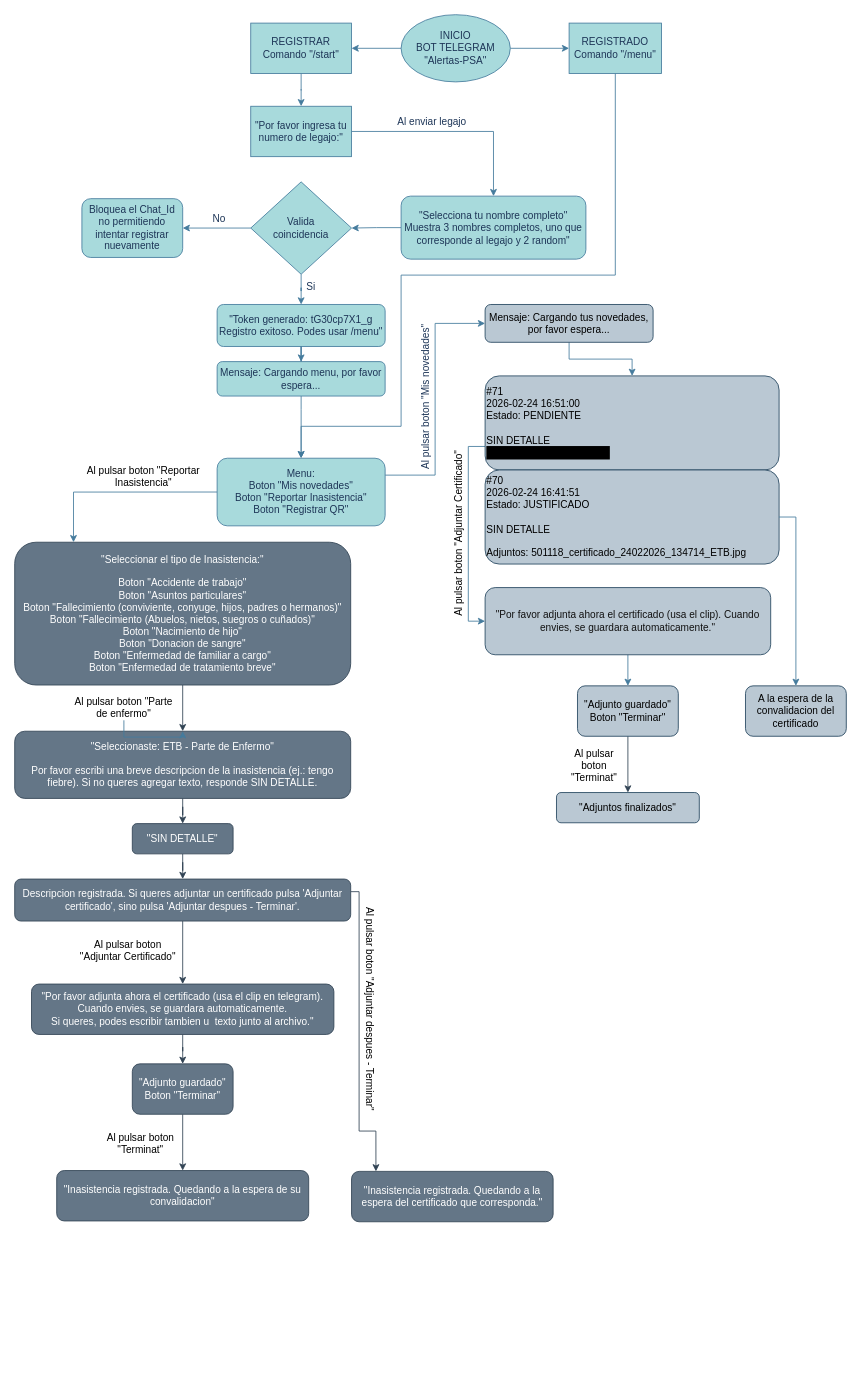
The draw.io diagram page "Flujos_Bot_Telegram" (1 of 2) of Flujos_en _Bot.drawio in gavalle2024/Diagramas-de-Flujos, before the edit. Source tidied: cells renumbered, new cells numbered last; positions are measured from the earlier drawing's top-left corner, leaving out a move shared by most shapes. Both pictures are drawn from the tidied source at 84%, with x=0, y=0 at pixel (14, 14).
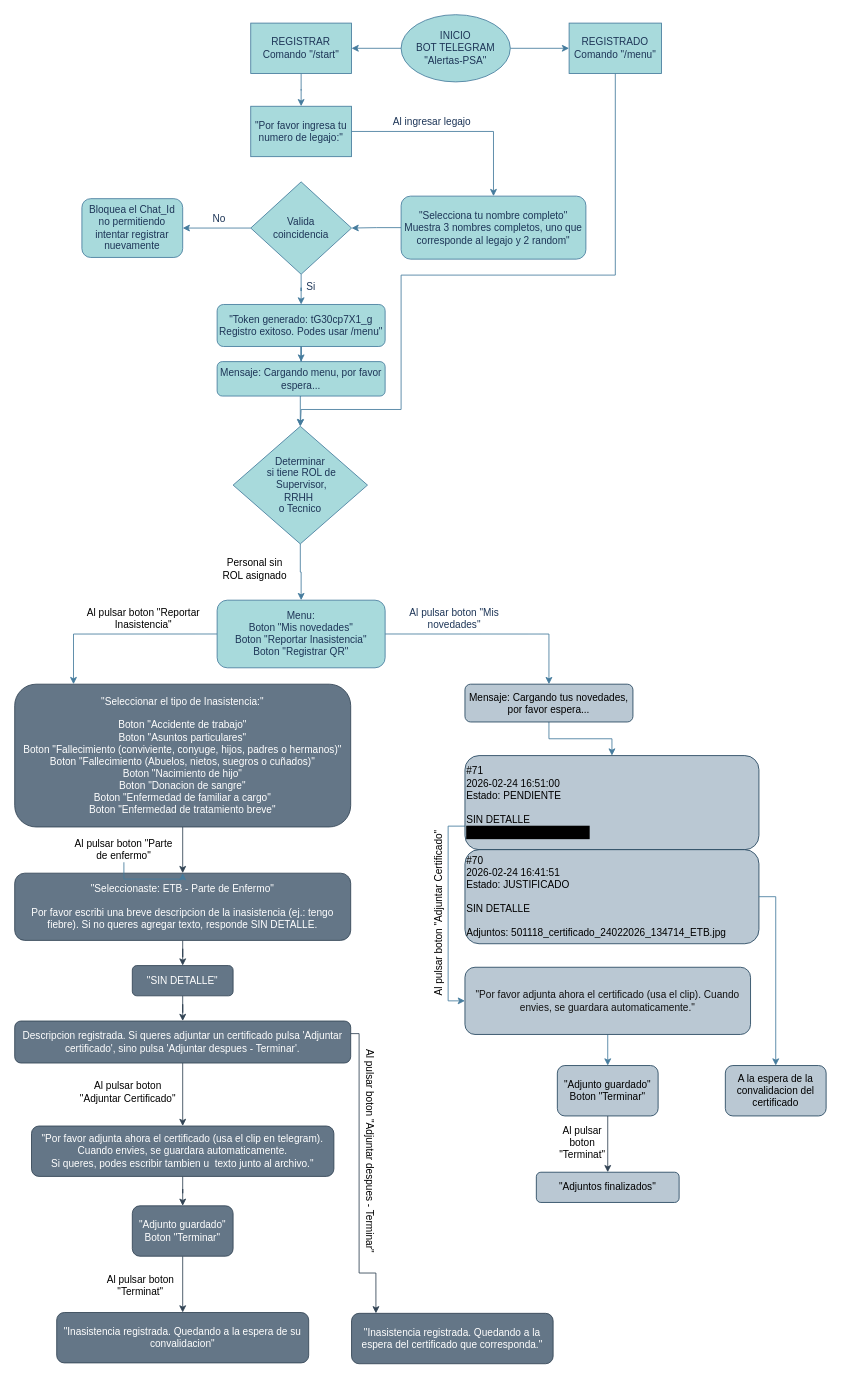
After the change.

The change refers to these unchanged cells:
```xml
<mxCell id="8" value="REGISTRADO&lt;div&gt;Comando &quot;/menu&quot;&lt;/div&gt;" style="whiteSpace=wrap;html=1;labelBackgroundColor=none;fillColor=#A8DADC;strokeColor=#457B9D;fontColor=#1D3557;" parent="1" vertex="1">
  <mxGeometry x="660" y="10" width="110" height="60" as="geometry" />
</mxCell>
<mxCell id="22" value="Mensaje: Cargando menu, por favor espera..." style="rounded=1;whiteSpace=wrap;html=1;labelBackgroundColor=none;fillColor=#A8DADC;strokeColor=#457B9D;fontColor=#1D3557;" parent="1" vertex="1">
  <mxGeometry x="241" y="413" width="200" height="41" as="geometry" />
</mxCell>
```

Change to the diagram source:
```diff
@@
-    <mxCell id="7" style="edgeStyle=orthogonalEdgeStyle;rounded=0;jettySize=auto;html=1;exitX=0.5;exitY=1;exitDx=0;exitDy=0;entryX=0.5;entryY=0;entryDx=0;entryDy=0;labelBackgroundColor=none;strokeColor=#457B9D;fontColor=default;" parent="1" edge="1" source="8" target="25">
+    <mxCell id="7" style="edgeStyle=orthogonalEdgeStyle;rounded=0;jettySize=auto;html=1;exitX=0.5;exitY=1;exitDx=0;exitDy=0;labelBackgroundColor=none;strokeColor=#457B9D;fontColor=default;entryX=0.5;entryY=0;entryDx=0;entryDy=0;" parent="1" edge="1" source="8" target="65">
       <mxGeometry relative="1" as="geometry">
         <Array as="points">
           <mxPoint x="715" y="310" />
           <mxPoint x="460" y="310" />
-          <mxPoint x="460" y="490" />
-          <mxPoint x="341" y="490" />
+          <mxPoint x="460" y="470" />
+          <mxPoint x="341" y="470" />
         </Array>
       </mxGeometry>
     </mxCell>
@@
-    <mxCell id="21" style="edgeStyle=orthogonalEdgeStyle;rounded=0;jettySize=auto;html=1;labelBackgroundColor=none;strokeColor=#457B9D;fontColor=default;" parent="1" edge="1" source="22" target="25">
-      <mxGeometry relative="1" as="geometry">
-        <Array as="points">
-          <mxPoint x="341" y="470" />
-          <mxPoint x="341" y="470" />
-        </Array>
-      </mxGeometry>
-    </mxCell>
+    <mxCell id="63" style="edgeStyle=orthogonalEdgeStyle;rounded=0;jettySize=auto;html=1;exitX=0.5;exitY=1;exitDx=0;exitDy=0;strokeColor=#457B9D;fontColor=#1D3557;fillColor=#A8DADC;entryX=0.5;entryY=0;entryDx=0;entryDy=0;" parent="1" edge="1" source="22" target="65">
+      <mxGeometry relative="1" as="geometry" />
+    </mxCell>
@@
     <mxCell id="23" style="edgeStyle=orthogonalEdgeStyle;rounded=0;jettySize=auto;html=1;exitX=0;exitY=0.5;exitDx=0;exitDy=0;labelBackgroundColor=none;strokeColor=#457B9D;fontColor=default;" parent="1" edge="1" source="25" target="27">
       <mxGeometry relative="1" as="geometry">
         <Array as="points">
-          <mxPoint x="70" y="568" />
+          <mxPoint x="70" y="737" />
         </Array>
       </mxGeometry>
     </mxCell>
-    <mxCell id="24" style="edgeStyle=orthogonalEdgeStyle;rounded=0;jettySize=auto;html=1;exitX=1;exitY=0.25;exitDx=0;exitDy=0;entryX=0;entryY=0.5;entryDx=0;entryDy=0;labelBackgroundColor=none;strokeColor=#457B9D;fontColor=default;" parent="1" edge="1" source="25" target="49">
+    <mxCell id="24" style="edgeStyle=orthogonalEdgeStyle;rounded=0;jettySize=auto;html=1;exitX=1;exitY=0.5;exitDx=0;exitDy=0;entryX=0.5;entryY=0;entryDx=0;entryDy=0;labelBackgroundColor=none;strokeColor=#457B9D;fontColor=default;" parent="1" edge="1" source="25" target="49">
       <mxGeometry relative="1" as="geometry" />
     </mxCell>
     <mxCell id="25" value="Menu:&lt;div&gt;Boton &quot;Mis novedades&quot;&lt;/div&gt;&lt;div&gt;Boton &quot;Reportar Inasistencia&quot;&lt;/div&gt;&lt;div&gt;Boton &quot;Registrar QR&quot;&lt;/div&gt;" style="rounded=1;whiteSpace=wrap;html=1;labelBackgroundColor=none;fillColor=#A8DADC;strokeColor=#457B9D;fontColor=#1D3557;" parent="1" vertex="1">
-      <mxGeometry x="241" y="528" width="200" height="80.5" as="geometry" />
+      <mxGeometry x="241" y="697" width="200" height="80.5" as="geometry" />
     </mxCell>
@@
     <mxCell id="27" value="&quot;Seleccionar el tipo de Inasistencia:&quot;&lt;div&gt;&lt;br&gt;&lt;/div&gt;&lt;div&gt;Boton &quot;Accidente de trabajo&quot;&lt;/div&gt;&lt;div&gt;Boton &quot;Asuntos particulares&quot;&lt;/div&gt;&lt;div&gt;Boton &quot;Fallecimiento (conviviente, conyuge, hijos, padres o hermanos)&quot;&lt;/div&gt;&lt;div&gt;Boton &quot;Fallecimiento (Abuelos, nietos, suegros o cuñados)&quot;&lt;/div&gt;&lt;div&gt;Boton &quot;Nacimiento de hijo&quot;&lt;/div&gt;&lt;div&gt;Boton &quot;Donacion de sangre&quot;&lt;/div&gt;&lt;div&gt;Boton &quot;Enfermedad de familiar a cargo&quot;&lt;/div&gt;&lt;div&gt;Boton &quot;Enfermedad de tratamiento breve&quot;&lt;/div&gt;" style="whiteSpace=wrap;html=1;rounded=1;labelBackgroundColor=none;fillColor=#647687;strokeColor=#314354;fontColor=#ffffff;" parent="1" vertex="1">
-      <mxGeometry y="628" width="400" height="170" as="geometry" />
+      <mxGeometry y="797" width="400" height="170" as="geometry" />
     </mxCell>
     <mxCell id="28" value="Al pulsar boton &quot;Reportar Inasis&lt;span style=&quot;background-color: transparent;&quot;&gt;tencia&quot;&lt;/span&gt;" style="text;html=1;whiteSpace=wrap;align=center;verticalAlign=middle;rounded=0;labelBackgroundColor=none;fontColor=light-dark(#000000,#FFFF66);" parent="1" vertex="1">
-      <mxGeometry x="70" y="535" width="167" height="30" as="geometry" />
+      <mxGeometry x="70" y="704" width="167" height="30" as="geometry" />
     </mxCell>
@@
     <mxCell id="30" value="&quot;Seleccionaste: ETB - Parte de Enfermo&quot;&lt;div&gt;&lt;br&gt;&lt;/div&gt;&lt;div&gt;Por favor escribi una breve descripcion de la inasistencia (ej.: tengo fiebre). Si no queres agregar texto, responde SIN DETALLE.&lt;/div&gt;" style="whiteSpace=wrap;html=1;rounded=1;labelBackgroundColor=none;fillColor=#647687;strokeColor=#314354;fontColor=#ffffff;" parent="1" vertex="1">
-      <mxGeometry y="853" width="400" height="80" as="geometry" />
+      <mxGeometry y="1022" width="400" height="80" as="geometry" />
     </mxCell>
@@
     <mxCell id="32" value="&quot;SIN DETALLE&quot;" style="whiteSpace=wrap;html=1;rounded=1;labelBackgroundColor=none;fillColor=#647687;strokeColor=#314354;fontColor=#ffffff;" parent="1" vertex="1">
-      <mxGeometry x="140" y="963" width="120" height="36" as="geometry" />
+      <mxGeometry x="140" y="1132" width="120" height="36" as="geometry" />
     </mxCell>
@@
     <mxCell id="34" style="edgeStyle=orthogonalEdgeStyle;rounded=0;jettySize=auto;html=1;exitX=1;exitY=0.5;exitDx=0;exitDy=0;entryX=0.121;entryY=0;entryDx=0;entryDy=0;entryPerimeter=0;labelBackgroundColor=none;strokeColor=#314354;fontColor=default;fillColor=#647687;" parent="1" edge="1" target="43">
       <mxGeometry relative="1" as="geometry">
-        <mxPoint x="400" y="1044" as="sourcePoint" />
+        <mxPoint x="400" y="1213" as="sourcePoint" />
         <Array as="points">
-          <mxPoint x="410" y="1044" />
-          <mxPoint x="410" y="1329" />
-          <mxPoint x="430" y="1329" />
+          <mxPoint x="410" y="1213" />
+          <mxPoint x="410" y="1498" />
+          <mxPoint x="430" y="1498" />
         </Array>
       </mxGeometry>
     </mxCell>
     <mxCell id="35" value="Descripcion registrada. Si queres adjuntar un certificado pulsa 'Adjuntar certificado', sino pulsa 'Adjuntar despues - Terminar'." style="rounded=1;whiteSpace=wrap;html=1;labelBackgroundColor=none;fillColor=#647687;strokeColor=#314354;fontColor=#ffffff;" parent="1" vertex="1">
-      <mxGeometry y="1029" width="400" height="50" as="geometry" />
+      <mxGeometry y="1198" width="400" height="50" as="geometry" />
     </mxCell>
@@
     <mxCell id="37" value="&quot;Por favor adjunta ahora el certificado (usa el clip en telegram). Cuando envies, se guardara automaticamente.&lt;div&gt;Si queres, podes escribir tambien u&amp;nbsp; texto junto al archivo.&quot;&lt;/div&gt;" style="rounded=1;whiteSpace=wrap;html=1;labelBackgroundColor=none;fillColor=#647687;strokeColor=#314354;fontColor=#ffffff;" parent="1" vertex="1">
-      <mxGeometry x="20" y="1154" width="360" height="60" as="geometry" />
+      <mxGeometry x="20" y="1323" width="360" height="60" as="geometry" />
     </mxCell>
     <mxCell id="38" value="Al pulsar boton &quot;Adjuntar Certificado&quot;" style="text;html=1;whiteSpace=wrap;align=center;verticalAlign=middle;rounded=0;labelBackgroundColor=none;fontColor=light-dark(#000000,#FFFF66);" parent="1" vertex="1">
-      <mxGeometry x="70" y="1099" width="130" height="30" as="geometry" />
+      <mxGeometry x="70" y="1268" width="130" height="30" as="geometry" />
     </mxCell>
@@
     <mxCell id="40" value="&quot;Adjunto guardado&quot;&lt;div&gt;Boton &quot;Terminar&quot;&lt;/div&gt;" style="rounded=1;whiteSpace=wrap;html=1;labelBackgroundColor=none;fillColor=#647687;strokeColor=#314354;fontColor=#ffffff;" parent="1" vertex="1">
-      <mxGeometry x="140" y="1249" width="120" height="60" as="geometry" />
+      <mxGeometry x="140" y="1418" width="120" height="60" as="geometry" />
     </mxCell>
     <mxCell id="41" value="&quot;Inasistencia registrada. Quedando a la espera de su convalidacion&quot;" style="whiteSpace=wrap;html=1;rounded=1;labelBackgroundColor=none;fillColor=#647687;strokeColor=#314354;fontColor=#ffffff;" parent="1" vertex="1">
-      <mxGeometry x="50" y="1376" width="300" height="60" as="geometry" />
+      <mxGeometry x="50" y="1545" width="300" height="60" as="geometry" />
     </mxCell>
     <mxCell id="42" value="Al pulsar boton &quot;Terminat&quot;" style="text;html=1;whiteSpace=wrap;align=center;verticalAlign=middle;rounded=0;labelBackgroundColor=none;fontColor=light-dark(#000000,#FFFF66);" parent="1" vertex="1">
-      <mxGeometry x="100" y="1329" width="100" height="30" as="geometry" />
+      <mxGeometry x="100" y="1498" width="100" height="30" as="geometry" />
     </mxCell>
     <mxCell id="43" value="&quot;Inasistencia registrada. Quedando a la espera del certificado que corresponda.&quot;" style="rounded=1;whiteSpace=wrap;html=1;labelBackgroundColor=none;fillColor=#647687;strokeColor=#314354;fontColor=#ffffff;" parent="1" vertex="1">
-      <mxGeometry x="401" y="1377" width="240" height="60" as="geometry" />
+      <mxGeometry x="401" y="1546" width="240" height="60" as="geometry" />
     </mxCell>
     <mxCell id="44" value="Al pulsar boton &quot;Adjuntar despues - Terminar&quot;" style="text;html=1;whiteSpace=wrap;align=center;verticalAlign=middle;rounded=0;rotation=90;labelBackgroundColor=none;fontColor=light-dark(#000000,#FFFF66);" parent="1" vertex="1">
-      <mxGeometry x="293" y="1169" width="259" height="30" as="geometry" />
+      <mxGeometry x="293" y="1338" width="259" height="30" as="geometry" />
     </mxCell>
@@
     <mxCell id="46" value="Al pulsar boton &quot;Parte de enfermo&lt;span style=&quot;background-color: transparent;&quot;&gt;&quot;&lt;/span&gt;" style="text;html=1;whiteSpace=wrap;align=center;verticalAlign=middle;rounded=0;labelBackgroundColor=none;fontColor=light-dark(#000000,#FFFF66);" parent="1" vertex="1">
-      <mxGeometry x="70" y="810" width="120" height="30" as="geometry" />
+      <mxGeometry x="70" y="979" width="120" height="30" as="geometry" />
     </mxCell>
-    <mxCell id="47" value="Al enviar legajo" style="text;html=1;whiteSpace=wrap;strokeColor=none;fillColor=none;align=center;verticalAlign=middle;rounded=0;labelBackgroundColor=none;fontColor=light-dark(#1D3557,#FFFF66);" parent="1" vertex="1">
+    <mxCell id="47" value="Al ingresar legajo" style="text;html=1;whiteSpace=wrap;strokeColor=none;fillColor=none;align=center;verticalAlign=middle;rounded=0;labelBackgroundColor=none;fontColor=light-dark(#1D3557,#FFFF66);" parent="1" vertex="1">
       <mxGeometry x="447" y="113" width="100" height="30" as="geometry" />
     </mxCell>
@@
     <mxCell id="49" value="Mensaje: Cargando tus novedades, por favor espera..." style="rounded=1;whiteSpace=wrap;html=1;labelBackgroundColor=none;fillColor=#bac8d3;strokeColor=#23445d;" parent="1" vertex="1">
-      <mxGeometry x="560" y="345" width="200" height="45" as="geometry" />
+      <mxGeometry x="536" y="797" width="200" height="45" as="geometry" />
     </mxCell>
-    <mxCell id="50" value="Al pulsar boton &quot;Mis novedades&lt;span style=&quot;background-color: transparent;&quot;&gt;&quot;&lt;/span&gt;" style="text;html=1;whiteSpace=wrap;strokeColor=none;fillColor=none;align=center;verticalAlign=middle;rounded=0;rotation=-90;labelBackgroundColor=none;fontColor=light-dark(#1D3557,#FFFF66);" parent="1" vertex="1">
-      <mxGeometry x="395" y="440" width="190" height="30" as="geometry" />
+    <mxCell id="50" value="Al pulsar boton &quot;Mis novedades&lt;span style=&quot;background-color: transparent;&quot;&gt;&quot;&lt;/span&gt;" style="text;html=1;whiteSpace=wrap;strokeColor=none;fillColor=none;align=center;verticalAlign=middle;rounded=0;rotation=0;labelBackgroundColor=none;fontColor=light-dark(#1D3557,#FFFF66);" parent="1" vertex="1">
+      <mxGeometry x="447" y="704" width="153" height="30" as="geometry" />
     </mxCell>
@@
     <mxCell id="52" value="&lt;div&gt;&lt;br&gt;&lt;/div&gt;&lt;div&gt;&lt;br&gt;&lt;/div&gt;#71&lt;div&gt;&lt;font style=&quot;color: light-dark(rgb(0, 0, 0), rgb(255, 255, 255));&quot;&gt;2026-02-24 16:51:00&lt;/font&gt;&lt;/div&gt;&lt;div&gt;Estado: PENDIENTE&lt;/div&gt;&lt;div&gt;&lt;br&gt;&lt;/div&gt;&lt;div&gt;SIN DETALLE&lt;/div&gt;&lt;div&gt;&lt;b style=&quot;font-size: 14px;&quot;&gt;&lt;font style=&quot;color: light-dark(rgb(0, 0, 0), rgb(255, 255, 255)); background-color: light-dark(rgb(0, 0, 0), rgb(0, 0, 0));&quot;&gt;&amp;nbsp; Adjuntar certificado&amp;nbsp;&amp;nbsp;&lt;/font&gt;&lt;/b&gt;&lt;/div&gt;&lt;div&gt;&lt;br&gt;&lt;/div&gt;&lt;div&gt;&lt;br&gt;&lt;/div&gt;" style="rounded=1;whiteSpace=wrap;html=1;labelBackgroundColor=none;fillColor=#bac8d3;strokeColor=#23445d;align=left;" parent="1" vertex="1">
-      <mxGeometry x="560" y="430" width="350" height="112" as="geometry" />
+      <mxGeometry x="536" y="882" width="350" height="112" as="geometry" />
     </mxCell>
     <mxCell id="53" value="&lt;div&gt;&lt;br&gt;&lt;/div&gt;&lt;div&gt;&lt;br&gt;&lt;/div&gt;&lt;div&gt;#70&lt;/div&gt;&lt;div&gt;2026-02-24 16:41:51&lt;/div&gt;&lt;div&gt;Estado: JUSTIFICADO&lt;/div&gt;&lt;div&gt;&lt;br&gt;&lt;/div&gt;&lt;div&gt;SIN DETALLE&lt;/div&gt;&lt;div&gt;&lt;br&gt;&lt;/div&gt;&lt;div&gt;Adjuntos: 501118_certificado_24022026_134714_ETB.jpg&lt;/div&gt;&lt;div&gt;&lt;br&gt;&lt;/div&gt;&lt;div&gt;&lt;br&gt;&lt;/div&gt;" style="rounded=1;whiteSpace=wrap;html=1;labelBackgroundColor=none;fillColor=#bac8d3;strokeColor=#23445d;align=left;" parent="1" vertex="1">
-      <mxGeometry x="560" y="542" width="350" height="112" as="geometry" />
+      <mxGeometry x="536" y="994" width="350" height="112" as="geometry" />
     </mxCell>
@@
     <mxCell id="56" value="&lt;span style=&quot;color: rgb(18, 18, 18);&quot;&gt;&quot;Por favor adjunta ahora el certificado (usa el clip). Cuando envies, se guardara automaticamente.&lt;/span&gt;&lt;span style=&quot;color: light-dark(rgb(18, 18, 18), rgb(222, 222, 222)); background-color: transparent;&quot;&gt;&quot;&lt;/span&gt;" style="rounded=1;whiteSpace=wrap;html=1;labelBackgroundColor=none;fillColor=#bac8d3;strokeColor=#23445d;" parent="1" vertex="1">
-      <mxGeometry x="560" y="682" width="340" height="80" as="geometry" />
+      <mxGeometry x="536" y="1134" width="340" height="80" as="geometry" />
     </mxCell>
@@
     <mxCell id="58" value="&quot;Adjunto guardado&quot;&lt;div&gt;Boton &quot;Terminar&quot;&lt;/div&gt;" style="rounded=1;whiteSpace=wrap;html=1;labelBackgroundColor=none;fillColor=#bac8d3;strokeColor=#23445d;" parent="1" vertex="1">
-      <mxGeometry x="670" y="799" width="120" height="60" as="geometry" />
+      <mxGeometry x="646" y="1251" width="120" height="60" as="geometry" />
     </mxCell>
     <mxCell id="59" value="&quot;Adjuntos finalizados&quot;" style="whiteSpace=wrap;html=1;rounded=1;labelBackgroundColor=none;fillColor=#bac8d3;strokeColor=#23445d;" parent="1" vertex="1">
-      <mxGeometry x="645" y="926" width="170" height="36" as="geometry" />
+      <mxGeometry x="621" y="1378" width="170" height="36" as="geometry" />
     </mxCell>
     <mxCell id="60" value="Al pulsar boton &quot;Terminat&quot;" style="text;html=1;whiteSpace=wrap;align=center;verticalAlign=middle;rounded=0;labelBackgroundColor=none;fontColor=light-dark(#000000,#FFFF66);" parent="1" vertex="1">
-      <mxGeometry x="660" y="879" width="60" height="30" as="geometry" />
+      <mxGeometry x="646" y="1328" width="60" height="30" as="geometry" />
     </mxCell>
     <mxCell id="61" value="Al pulsar boton &quot;Adjuntar Certificado&quot;" style="text;html=1;whiteSpace=wrap;align=center;verticalAlign=middle;rounded=0;labelBackgroundColor=none;fontColor=light-dark(#000000,#FFFF66);rotation=-90;" parent="1" vertex="1">
-      <mxGeometry x="424" y="602.5" width="210" height="30" as="geometry" />
+      <mxGeometry x="400" y="1054.5" width="210" height="30" as="geometry" />
     </mxCell>
     <mxCell id="62" value="A la espera de la convalidacion del certificado" style="rounded=1;whiteSpace=wrap;html=1;labelBackgroundColor=none;fillColor=#bac8d3;strokeColor=#23445d;" parent="1" vertex="1">
-      <mxGeometry x="870" y="799" width="120" height="60" as="geometry" />
+      <mxGeometry x="846" y="1251" width="120" height="60" as="geometry" />
     </mxCell>
+    <mxCell id="64" style="edgeStyle=orthogonalEdgeStyle;rounded=0;jettySize=auto;html=1;exitX=0.5;exitY=1;exitDx=0;exitDy=0;entryX=0.5;entryY=0;entryDx=0;entryDy=0;strokeColor=#457B9D;fontColor=#1D3557;fillColor=#A8DADC;" parent="1" edge="1" source="65" target="25">
+      <mxGeometry relative="1" as="geometry" />
+    </mxCell>
+    <mxCell id="65" value="&lt;div&gt;&lt;br&gt;&lt;/div&gt;Determinar&lt;div&gt;&amp;nbsp;si tiene ROL de&lt;/div&gt;&lt;div&gt;&amp;nbsp;Supervisor,&lt;/div&gt;&lt;div&gt;RRHH&amp;nbsp;&lt;/div&gt;&lt;div&gt;o Tecnico&lt;/div&gt;&lt;div&gt;&amp;nbsp;&lt;/div&gt;" style="rhombus;whiteSpace=wrap;html=1;labelBackgroundColor=none;fillColor=#A8DADC;strokeColor=#457B9D;fontColor=#1D3557;" parent="1" vertex="1">
+      <mxGeometry x="260" y="490" width="160" height="140" as="geometry" />
+    </mxCell>
+    <mxCell id="66" value="Personal sin ROL asignado" style="text;html=1;whiteSpace=wrap;align=center;verticalAlign=middle;rounded=0;labelBackgroundColor=none;fontColor=light-dark(#000000,#FFFF66);" parent="1" vertex="1">
+      <mxGeometry x="241" y="630" width="90" height="60" as="geometry" />
+    </mxCell>
```
